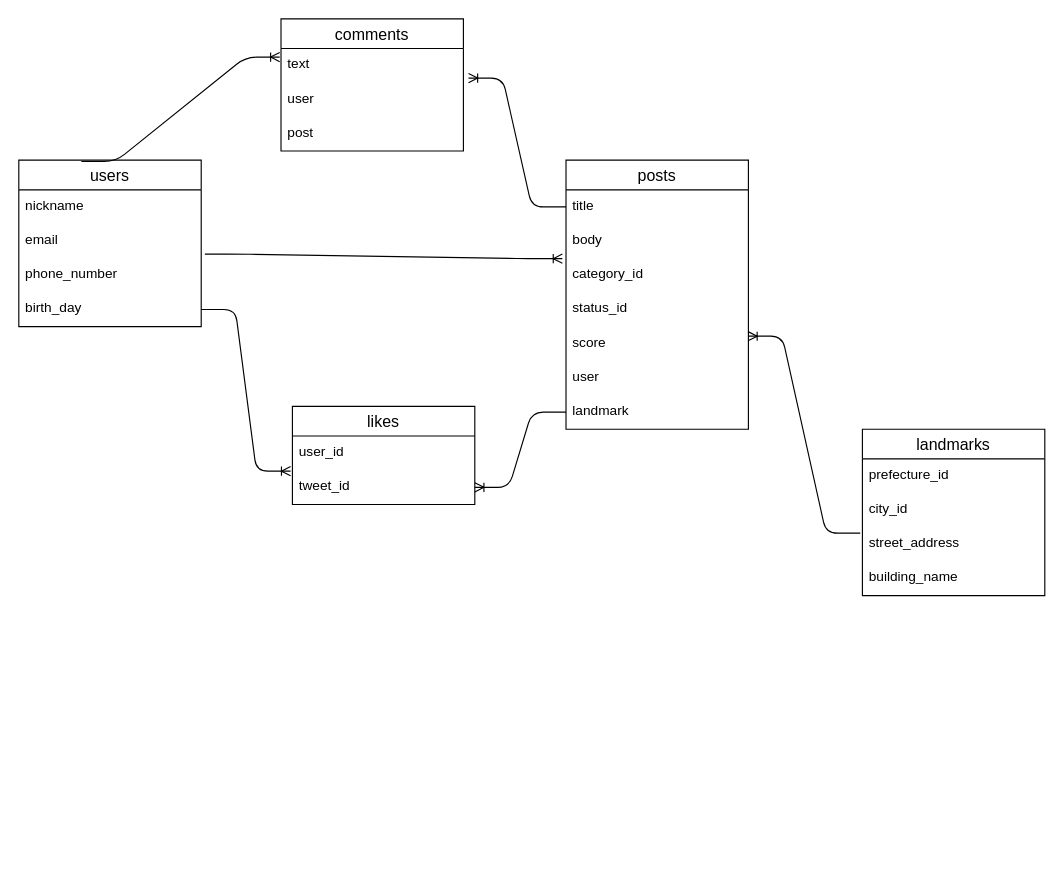
chantake1128/tabimemo keeps this draw.io diagram as ER.dio. Above is the earlier version. Source tidied: cells renumbered, new cells numbered last; positions are measured from the earlier drawing's top-left corner, leaving out a move shared by most shapes. Both pictures are drawn from the tidied source at 114%, with x=0, y=0 at pixel (18, 18).
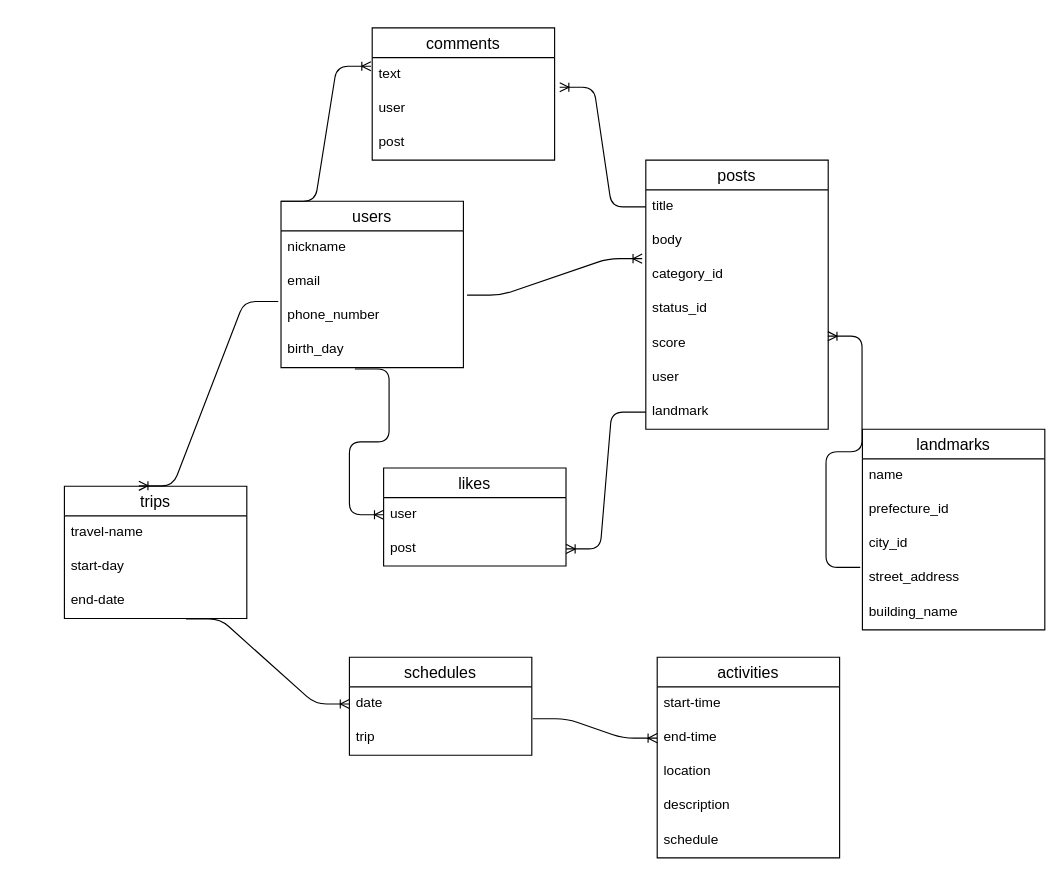
Above is the later version.

The change refers to these unchanged cells:
```xml
<mxCell id="13" value="phone_number" style="text;strokeColor=none;fillColor=none;spacingLeft=4;spacingRight=4;overflow=hidden;points=[[0,0.5],[1,0.5]];portConstraint=eastwest;fontSize=12;" parent="10" vertex="1">
  <mxGeometry y="86" width="160" height="30" as="geometry" />
</mxCell>
<mxCell id="14" value="birth_day" style="text;strokeColor=none;fillColor=none;spacingLeft=4;spacingRight=4;overflow=hidden;points=[[0,0.5],[1,0.5]];portConstraint=eastwest;fontSize=12;" parent="10" vertex="1">
  <mxGeometry y="116" width="160" height="30" as="geometry" />
</mxCell>
<mxCell id="21" value="text" style="text;strokeColor=none;fillColor=none;spacingLeft=4;spacingRight=4;overflow=hidden;points=[[0,0.5],[1,0.5]];portConstraint=eastwest;fontSize=12;" parent="20" vertex="1">
  <mxGeometry y="26" width="160" height="30" as="geometry" />
</mxCell>
```

Change to the diagram source:
```diff
@@
     <mxCell id="2" value="posts" style="swimlane;fontStyle=0;horizontal=1;startSize=26;align=center;fontSize=14;" parent="1" vertex="1">
-      <mxGeometry x="480" y="124" width="160" height="236" as="geometry" />
+      <mxGeometry x="550" y="124" width="160" height="236" as="geometry" />
     </mxCell>
@@
     <mxCell id="10" value="users" style="swimlane;fontStyle=0;horizontal=1;startSize=26;align=center;fontSize=14;" parent="1" vertex="1">
-      <mxGeometry y="124" width="160" height="146" as="geometry" />
+      <mxGeometry x="230" y="160" width="160" height="146" as="geometry" />
     </mxCell>
@@
     <mxCell id="15" value="landmarks" style="swimlane;fontStyle=0;horizontal=1;startSize=26;align=center;fontSize=14;" parent="1" vertex="1">
-      <mxGeometry x="740" y="360" width="160" height="146" as="geometry" />
+      <mxGeometry x="740" y="360" width="160" height="176" as="geometry" />
     </mxCell>
+    <mxCell id="33" value="name" style="text;strokeColor=none;fillColor=none;spacingLeft=4;spacingRight=4;overflow=hidden;fontSize=12;" parent="15" vertex="1">
+      <mxGeometry y="26" width="160" height="30" as="geometry" />
+    </mxCell>
     <mxCell id="16" value="prefecture_id" style="text;strokeColor=none;fillColor=none;spacingLeft=4;spacingRight=4;overflow=hidden;fontSize=12;" parent="15" vertex="1">
-      <mxGeometry y="26" width="160" height="30" as="geometry" />
+      <mxGeometry y="56" width="160" height="30" as="geometry" />
     </mxCell>
     <mxCell id="17" value="city_id" style="text;strokeColor=none;fillColor=none;spacingLeft=4;spacingRight=4;overflow=hidden;fontSize=12;" parent="15" vertex="1">
-      <mxGeometry y="56" width="160" height="30" as="geometry" />
+      <mxGeometry y="86" width="160" height="30" as="geometry" />
     </mxCell>
     <mxCell id="18" value="street_address" style="text;strokeColor=none;fillColor=none;spacingLeft=4;spacingRight=4;overflow=hidden;points=[[0,0.5],[1,0.5]];portConstraint=eastwest;fontSize=12;" parent="15" vertex="1">
-      <mxGeometry y="86" width="160" height="30" as="geometry" />
+      <mxGeometry y="116" width="160" height="30" as="geometry" />
     </mxCell>
     <mxCell id="19" value="building_name" style="text;strokeColor=none;fillColor=none;spacingLeft=4;spacingRight=4;overflow=hidden;fontSize=12;" parent="15" vertex="1">
-      <mxGeometry y="116" width="160" height="30" as="geometry" />
+      <mxGeometry y="146" width="160" height="30" as="geometry" />
     </mxCell>
     <mxCell id="20" value="comments" style="swimlane;fontStyle=0;horizontal=1;startSize=26;align=center;fontSize=14;" parent="1" vertex="1">
-      <mxGeometry x="230" width="160" height="116" as="geometry" />
+      <mxGeometry x="310" y="8" width="160" height="116" as="geometry" />
     </mxCell>
@@
-    <mxCell id="26" style="edgeStyle=entityRelationEdgeStyle;fontSize=12;html=1;endArrow=ERoneToMany;entryX=-0.007;entryY=0.253;entryDx=0;entryDy=0;entryPerimeter=0;exitX=0.343;exitY=0.008;exitDx=0;exitDy=0;exitPerimeter=0;" parent="1" edge="1" source="10" target="21">
+    <mxCell id="26" style="edgeStyle=entityRelationEdgeStyle;fontSize=12;html=1;endArrow=ERoneToMany;entryX=-0.007;entryY=0.253;entryDx=0;entryDy=0;entryPerimeter=0;exitX=0;exitY=0;exitDx=0;exitDy=0;" parent="1" edge="1" source="10" target="21">
       <mxGeometry relative="1" as="geometry" />
     </mxCell>
@@
     <mxCell id="28" value="likes" style="swimlane;fontStyle=0;horizontal=1;startSize=26;align=center;fontSize=14;" parent="1" vertex="1">
-      <mxGeometry x="240" y="340" width="160" height="86" as="geometry" />
+      <mxGeometry x="320" y="394" width="160" height="86" as="geometry" />
     </mxCell>
-    <mxCell id="29" value="user_id" style="text;strokeColor=none;fillColor=none;spacingLeft=4;spacingRight=4;overflow=hidden;points=[[0,0.5],[1,0.5]];portConstraint=eastwest;fontSize=12;" parent="28" vertex="1">
+    <mxCell id="29" value="user" style="text;strokeColor=none;fillColor=none;spacingLeft=4;spacingRight=4;overflow=hidden;points=[[0,0.5],[1,0.5]];portConstraint=eastwest;fontSize=12;" parent="28" vertex="1">
       <mxGeometry y="26" width="160" height="30" as="geometry" />
     </mxCell>
-    <mxCell id="30" value="tweet_id" style="text;strokeColor=none;fillColor=none;spacingLeft=4;spacingRight=4;overflow=hidden;points=[[0,0.5],[1,0.5]];portConstraint=eastwest;fontSize=12;" parent="28" vertex="1">
+    <mxCell id="30" value="post" style="text;strokeColor=none;fillColor=none;spacingLeft=4;spacingRight=4;overflow=hidden;points=[[0,0.5],[1,0.5]];portConstraint=eastwest;fontSize=12;" parent="28" vertex="1">
       <mxGeometry y="56" width="160" height="30" as="geometry" />
     </mxCell>
@@
-    <mxCell id="32" style="edgeStyle=entityRelationEdgeStyle;fontSize=12;html=1;endArrow=ERoneToMany;entryX=-0.01;entryY=0.027;entryDx=0;entryDy=0;entryPerimeter=0;exitX=1;exitY=0.5;exitDx=0;exitDy=0;" parent="1" edge="1" source="14" target="30">
+    <mxCell id="32" style="edgeStyle=entityRelationEdgeStyle;fontSize=12;html=1;endArrow=ERoneToMany;entryX=0;entryY=0.5;entryDx=0;entryDy=0;exitX=0.405;exitY=1.04;exitDx=0;exitDy=0;exitPerimeter=0;" parent="1" edge="1" source="14" target="29">
       <mxGeometry relative="1" as="geometry" />
     </mxCell>
+    <mxCell id="34" value="trips" style="swimlane;fontStyle=0;horizontal=1;startSize=26;align=center;fontSize=14;" parent="1" vertex="1">
+      <mxGeometry x="40" y="410" width="160" height="116" as="geometry" />
+    </mxCell>
+    <mxCell id="35" value="travel-name" style="text;strokeColor=none;fillColor=none;spacingLeft=4;spacingRight=4;overflow=hidden;fontSize=12;" parent="34" vertex="1">
+      <mxGeometry y="26" width="160" height="30" as="geometry" />
+    </mxCell>
+    <mxCell id="36" value="start-day" style="text;strokeColor=none;fillColor=none;spacingLeft=4;spacingRight=4;overflow=hidden;fontSize=12;" parent="34" vertex="1">
+      <mxGeometry y="56" width="160" height="30" as="geometry" />
+    </mxCell>
+    <mxCell id="37" value="end-date" style="text;strokeColor=none;fillColor=none;spacingLeft=4;spacingRight=4;overflow=hidden;points=[[0,0.5],[1,0.5]];portConstraint=eastwest;fontSize=12;" parent="34" vertex="1">
+      <mxGeometry y="86" width="160" height="30" as="geometry" />
+    </mxCell>
+    <mxCell id="38" value="schedules" style="swimlane;fontStyle=0;horizontal=1;startSize=26;align=center;fontSize=14;" parent="1" vertex="1">
+      <mxGeometry x="290" y="560" width="160" height="86" as="geometry" />
+    </mxCell>
+    <mxCell id="39" value="date" style="text;strokeColor=none;fillColor=none;spacingLeft=4;spacingRight=4;overflow=hidden;points=[[0,0.5],[1,0.5]];portConstraint=eastwest;fontSize=12;" parent="38" vertex="1">
+      <mxGeometry y="26" width="160" height="30" as="geometry" />
+    </mxCell>
+    <mxCell id="40" value="trip" style="text;strokeColor=none;fillColor=none;spacingLeft=4;spacingRight=4;overflow=hidden;points=[[0,0.5],[1,0.5]];portConstraint=eastwest;fontSize=12;" parent="38" vertex="1">
+      <mxGeometry y="56" width="160" height="30" as="geometry" />
+    </mxCell>
+    <mxCell id="41" value="activities" style="swimlane;fontStyle=0;horizontal=1;startSize=26;align=center;fontSize=14;" parent="1" vertex="1">
+      <mxGeometry x="560" y="560" width="160" height="176" as="geometry" />
+    </mxCell>
+    <mxCell id="42" value="start-time" style="text;strokeColor=none;fillColor=none;spacingLeft=4;spacingRight=4;overflow=hidden;fontSize=12;" parent="41" vertex="1">
+      <mxGeometry y="26" width="160" height="30" as="geometry" />
+    </mxCell>
+    <mxCell id="43" value="end-time" style="text;strokeColor=none;fillColor=none;spacingLeft=4;spacingRight=4;overflow=hidden;points=[[0,0.5],[1,0.5]];portConstraint=eastwest;fontSize=12;" parent="41" vertex="1">
+      <mxGeometry y="56" width="160" height="30" as="geometry" />
+    </mxCell>
+    <mxCell id="44" value="location" style="text;strokeColor=none;fillColor=none;spacingLeft=4;spacingRight=4;overflow=hidden;fontSize=12;" parent="41" vertex="1">
+      <mxGeometry y="86" width="160" height="30" as="geometry" />
+    </mxCell>
+    <mxCell id="45" value="description" style="text;strokeColor=none;fillColor=none;spacingLeft=4;spacingRight=4;overflow=hidden;fontSize=12;" parent="41" vertex="1">
+      <mxGeometry y="116" width="160" height="30" as="geometry" />
+    </mxCell>
+    <mxCell id="46" value="schedule" style="text;strokeColor=none;fillColor=none;spacingLeft=4;spacingRight=4;overflow=hidden;fontSize=12;" parent="41" vertex="1">
+      <mxGeometry y="146" width="160" height="30" as="geometry" />
+    </mxCell>
+    <mxCell id="47" style="edgeStyle=entityRelationEdgeStyle;fontSize=12;html=1;endArrow=ERoneToMany;entryX=0;entryY=0.5;entryDx=0;entryDy=0;exitX=1.005;exitY=-0.067;exitDx=0;exitDy=0;exitPerimeter=0;" parent="1" edge="1" source="40" target="43">
+      <mxGeometry relative="1" as="geometry" />
+    </mxCell>
+    <mxCell id="48" style="edgeStyle=entityRelationEdgeStyle;fontSize=12;html=1;endArrow=ERoneToMany;entryX=0;entryY=0.5;entryDx=0;entryDy=0;exitX=0.667;exitY=1.013;exitDx=0;exitDy=0;exitPerimeter=0;" parent="1" edge="1" source="37" target="39">
+      <mxGeometry relative="1" as="geometry" />
+    </mxCell>
+    <mxCell id="49" style="edgeStyle=entityRelationEdgeStyle;fontSize=12;html=1;endArrow=ERoneToMany;exitX=-0.015;exitY=0.067;exitDx=0;exitDy=0;exitPerimeter=0;entryX=0.408;entryY=-0.003;entryDx=0;entryDy=0;entryPerimeter=0;" parent="1" edge="1" source="13" target="34">
+      <mxGeometry relative="1" as="geometry" />
+    </mxCell>
```
